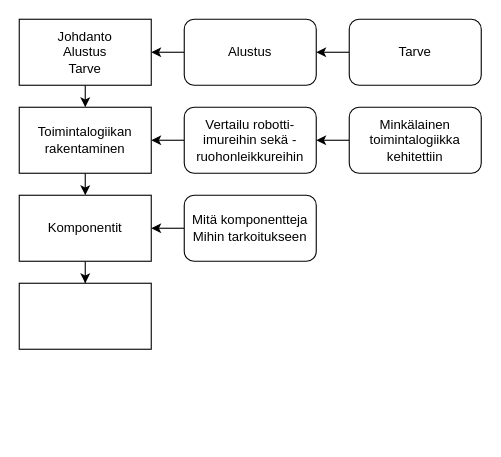
ihalainev/harjarobotti keeps this draw.io diagram as thesis_delimination_and_timing.drawio. Above is the earlier version. Source tidied: cells renumbered, new cells numbered last; positions are measured from the earlier drawing's top-left corner, leaving out a move shared by most shapes. Both pictures are drawn from the tidied source at 110%, with x=0, y=0 at pixel (19, 19).
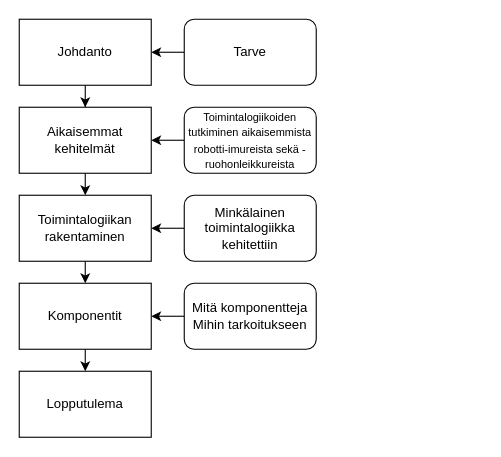
The same diagram, later.

Diff of the diagram source:
```diff
@@
 <mxGraphModel>
   <root>
     <mxCell id="0" />
     <mxCell id="1" parent="0" />
-    <mxCell id="2" style="edgeStyle=orthogonalEdgeStyle;rounded=0;jettySize=auto;html=1;exitX=0.5;exitY=1;exitDx=0;exitDy=0;entryX=0.5;entryY=0;entryDx=0;entryDy=0;" parent="1" edge="1" source="3" target="5">
-      <mxGeometry relative="1" as="geometry" />
-    </mxCell>
+    <mxCell id="19" style="edgeStyle=orthogonalEdgeStyle;rounded=0;jettySize=auto;html=1;exitX=0.5;exitY=1;exitDx=0;exitDy=0;" parent="1" edge="1" source="3" target="8">
+      <mxGeometry relative="1" as="geometry" />
+    </mxCell>
-    <mxCell id="3" value="Johdanto&lt;br&gt;Alustus&lt;br&gt;Tarve" style="rounded=0;whiteSpace=wrap;html=1;" parent="1" vertex="1">
+    <mxCell id="3" value="Johdanto" style="rounded=0;whiteSpace=wrap;html=1;" parent="1" vertex="1">
       <mxGeometry width="120" height="60" as="geometry" />
     </mxCell>
     <mxCell id="4" style="edgeStyle=orthogonalEdgeStyle;rounded=0;jettySize=auto;html=1;exitX=0.5;exitY=1;exitDx=0;exitDy=0;entryX=0.5;entryY=0;entryDx=0;entryDy=0;" parent="1" edge="1" source="5" target="7">
       <mxGeometry relative="1" as="geometry" />
     </mxCell>
     <mxCell id="5" value="Toimintalogiikan rakentaminen" style="rounded=0;whiteSpace=wrap;html=1;" parent="1" vertex="1">
-      <mxGeometry y="80" width="120" height="60" as="geometry" />
+      <mxGeometry y="160" width="120" height="60" as="geometry" />
     </mxCell>
-    <mxCell id="6" style="edgeStyle=orthogonalEdgeStyle;rounded=0;jettySize=auto;html=1;exitX=0.5;exitY=1;exitDx=0;exitDy=0;" parent="1" edge="1" source="7" target="8">
-      <mxGeometry relative="1" as="geometry" />
-    </mxCell>
+    <mxCell id="20" style="edgeStyle=orthogonalEdgeStyle;rounded=0;jettySize=auto;html=1;exitX=0.5;exitY=1;exitDx=0;exitDy=0;entryX=0.5;entryY=0;entryDx=0;entryDy=0;" parent="1" edge="1" source="7" target="24">
+      <mxGeometry relative="1" as="geometry" />
+    </mxCell>
     <mxCell id="7" value="Komponentit" style="whiteSpace=wrap;html=1;" parent="1" vertex="1">
-      <mxGeometry y="160" width="120" height="60" as="geometry" />
+      <mxGeometry y="240" width="120" height="60" as="geometry" />
     </mxCell>
+    <mxCell id="21" style="edgeStyle=orthogonalEdgeStyle;rounded=0;jettySize=auto;html=1;exitX=0.5;exitY=1;exitDx=0;exitDy=0;entryX=0.5;entryY=0;entryDx=0;entryDy=0;" parent="1" edge="1" source="8" target="5">
+      <mxGeometry relative="1" as="geometry" />
+    </mxCell>
-    <mxCell id="8" style="whiteSpace=wrap;html=1;" parent="1" vertex="1">
-      <mxGeometry y="240" width="120" height="60" as="geometry" />
+    <mxCell id="8" value="Aikaisemmat kehitelmät" style="whiteSpace=wrap;html=1;" parent="1" vertex="1">
+      <mxGeometry y="80" width="120" height="60" as="geometry" />
     </mxCell>
-    <mxCell id="9" style="edgeStyle=orthogonalEdgeStyle;rounded=0;jettySize=auto;html=1;exitX=0;exitY=0.5;exitDx=0;exitDy=0;entryX=1;entryY=0.5;entryDx=0;entryDy=0;" parent="1" edge="1" source="10" target="3">
-      <mxGeometry relative="1" as="geometry" />
+    <mxCell id="9" style="edgeStyle=orthogonalEdgeStyle;rounded=0;jettySize=auto;html=1;exitX=0;exitY=0.5;exitDx=0;exitDy=0;entryX=1;entryY=0.5;entryDx=0;entryDy=0;" parent="1" edge="1" target="3">
+      <mxGeometry relative="1" as="geometry">
+        <mxPoint x="150" y="30" as="sourcePoint" />
+      </mxGeometry>
     </mxCell>
-    <mxCell id="10" value="Alustus" style="rounded=1;whiteSpace=wrap;html=1;" parent="1" vertex="1">
-      <mxGeometry x="150" width="120" height="60" as="geometry" />
-    </mxCell>
-    <mxCell id="11" style="edgeStyle=orthogonalEdgeStyle;rounded=0;jettySize=auto;html=1;exitX=0;exitY=0.5;exitDx=0;exitDy=0;entryX=1;entryY=0.5;entryDx=0;entryDy=0;" parent="1" edge="1" source="12" target="10">
-      <mxGeometry relative="1" as="geometry" />
-    </mxCell>
     <mxCell id="12" value="Tarve" style="rounded=1;whiteSpace=wrap;html=1;" parent="1" vertex="1">
-      <mxGeometry x="300" width="120" height="60" as="geometry" />
+      <mxGeometry x="150" width="120" height="60" as="geometry" />
     </mxCell>
-    <mxCell id="13" style="edgeStyle=orthogonalEdgeStyle;rounded=0;jettySize=auto;html=1;exitX=0;exitY=0.5;exitDx=0;exitDy=0;entryX=1;entryY=0.5;entryDx=0;entryDy=0;" parent="1" edge="1" source="14" target="5">
-      <mxGeometry relative="1" as="geometry" />
-    </mxCell>
+    <mxCell id="22" style="edgeStyle=orthogonalEdgeStyle;rounded=0;jettySize=auto;html=1;exitX=0;exitY=0.5;exitDx=0;exitDy=0;entryX=1;entryY=0.5;entryDx=0;entryDy=0;" parent="1" edge="1" source="14" target="8">
+      <mxGeometry relative="1" as="geometry" />
+    </mxCell>
-    <mxCell id="14" value="Vertailu robotti-imureihin sekä -ruohonleikkureihin" style="rounded=1;whiteSpace=wrap;html=1;" parent="1" vertex="1">
+    <mxCell id="14" value="&lt;font style=&quot;font-size: 10px&quot;&gt;Toimintalogiikoiden tutkiminen aikaisemmista robotti-imureista sekä -ruohonleikkureista&lt;/font&gt;" style="rounded=1;whiteSpace=wrap;html=1;" parent="1" vertex="1">
       <mxGeometry x="150" y="80" width="120" height="60" as="geometry" />
     </mxCell>
-    <mxCell id="15" style="edgeStyle=orthogonalEdgeStyle;rounded=0;jettySize=auto;html=1;exitX=0;exitY=0.5;exitDx=0;exitDy=0;entryX=1;entryY=0.5;entryDx=0;entryDy=0;" parent="1" edge="1" source="16" target="14">
-      <mxGeometry relative="1" as="geometry" />
-    </mxCell>
+    <mxCell id="23" style="edgeStyle=orthogonalEdgeStyle;rounded=0;jettySize=auto;html=1;exitX=0;exitY=0.5;exitDx=0;exitDy=0;entryX=1;entryY=0.5;entryDx=0;entryDy=0;" parent="1" edge="1" source="16" target="5">
+      <mxGeometry relative="1" as="geometry" />
+    </mxCell>
     <mxCell id="16" value="Minkälainen toimintalogiikka kehitettiin" style="rounded=1;whiteSpace=wrap;html=1;" parent="1" vertex="1">
-      <mxGeometry x="300" y="80" width="120" height="60" as="geometry" />
+      <mxGeometry x="150" y="160" width="120" height="60" as="geometry" />
     </mxCell>
     <mxCell id="17" style="edgeStyle=orthogonalEdgeStyle;rounded=0;jettySize=auto;html=1;exitX=0;exitY=0.5;exitDx=0;exitDy=0;entryX=1;entryY=0.5;entryDx=0;entryDy=0;" parent="1" edge="1" source="18" target="7">
       <mxGeometry relative="1" as="geometry" />
     </mxCell>
     <mxCell id="18" value="Mitä komponentteja Mihin tarkoitukseen" style="rounded=1;whiteSpace=wrap;html=1;" parent="1" vertex="1">
-      <mxGeometry x="150" y="160" width="120" height="60" as="geometry" />
+      <mxGeometry x="150" y="240" width="120" height="60" as="geometry" />
     </mxCell>
+    <mxCell id="24" value="Lopputulema" style="rounded=0;whiteSpace=wrap;html=1;" parent="1" vertex="1">
+      <mxGeometry y="320" width="120" height="60" as="geometry" />
+    </mxCell>
   </root>
 </mxGraphModel>
```
